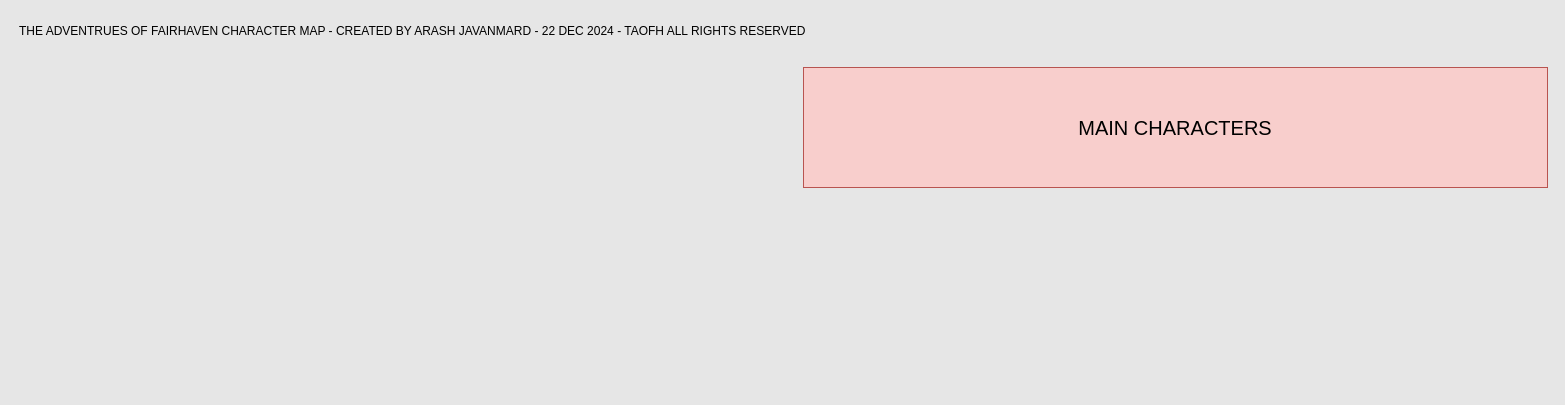
Earlier version of the draw.io diagram CharacterMap.drawio (aarash2006/TAOFH). Source tidied: cells renumbered, new cells numbered last; positions are measured from the earlier drawing's top-left corner, leaving out a move shared by most shapes. Both pictures are drawn from the tidied source at 100%, with x=0, y=0 at pixel (17, 17).
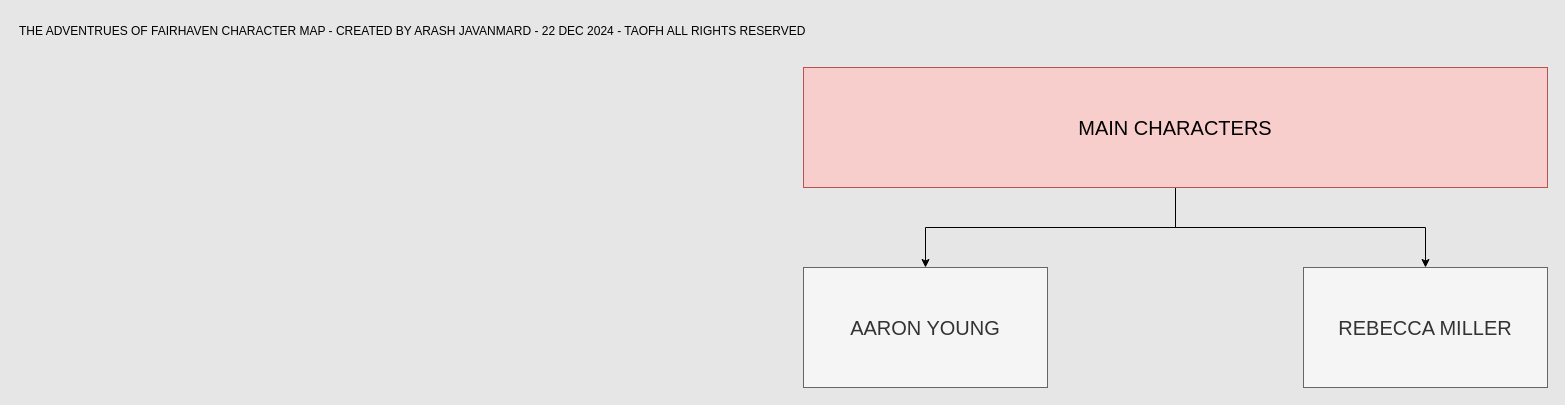
The same page after the edit.

The edit, as a diff of the source:
```diff
@@
 <mxGraphModel background="#E6E6E6">
   <root>
     <mxCell id="0" />
     <mxCell id="1" parent="0" />
+    <mxCell id="4" style="edgeStyle=orthogonalEdgeStyle;rounded=0;jettySize=auto;html=1;" parent="1" edge="1" source="2" target="6">
+      <mxGeometry relative="1" as="geometry" />
+    </mxCell>
+    <mxCell id="5" style="edgeStyle=orthogonalEdgeStyle;rounded=0;jettySize=auto;html=1;" parent="1" edge="1" source="2" target="7">
+      <mxGeometry relative="1" as="geometry" />
+    </mxCell>
     <mxCell id="2" value="&lt;font style=&quot;font-size: 20px;&quot;&gt;MAIN CHARACTERS&lt;/font&gt;" style="rounded=0;whiteSpace=wrap;html=1;fillColor=#f8cecc;strokeColor=#b85450;" parent="1" vertex="1">
       <mxGeometry x="786" y="50" width="744" height="120" as="geometry" />
     </mxCell>
     <mxCell id="3" value="THE ADVENTRUES OF FAIRHAVEN CHARACTER MAP - CREATED BY ARASH JAVANMARD - 22 DEC 2024 - TAOFH ALL RIGHTS RESERVED" style="text;html=1;align=left;verticalAlign=top;whiteSpace=wrap;rounded=0;" parent="1" vertex="1">
       <mxGeometry width="820" height="40" as="geometry" />
     </mxCell>
+    <mxCell id="6" value="&lt;span style=&quot;font-size: 20px;&quot;&gt;AARON YOUNG&lt;/span&gt;" style="rounded=0;whiteSpace=wrap;html=1;fillColor=#f5f5f5;strokeColor=#666666;fontColor=#333333;" parent="1" vertex="1">
+      <mxGeometry x="786" y="250" width="244" height="120" as="geometry" />
+    </mxCell>
+    <mxCell id="7" value="&lt;span style=&quot;font-size: 20px;&quot;&gt;REBECCA MILLER&lt;/span&gt;" style="rounded=0;whiteSpace=wrap;html=1;fillColor=#f5f5f5;strokeColor=#666666;fontColor=#333333;" parent="1" vertex="1">
+      <mxGeometry x="1286" y="250" width="244" height="120" as="geometry" />
+    </mxCell>
   </root>
 </mxGraphModel>
```
